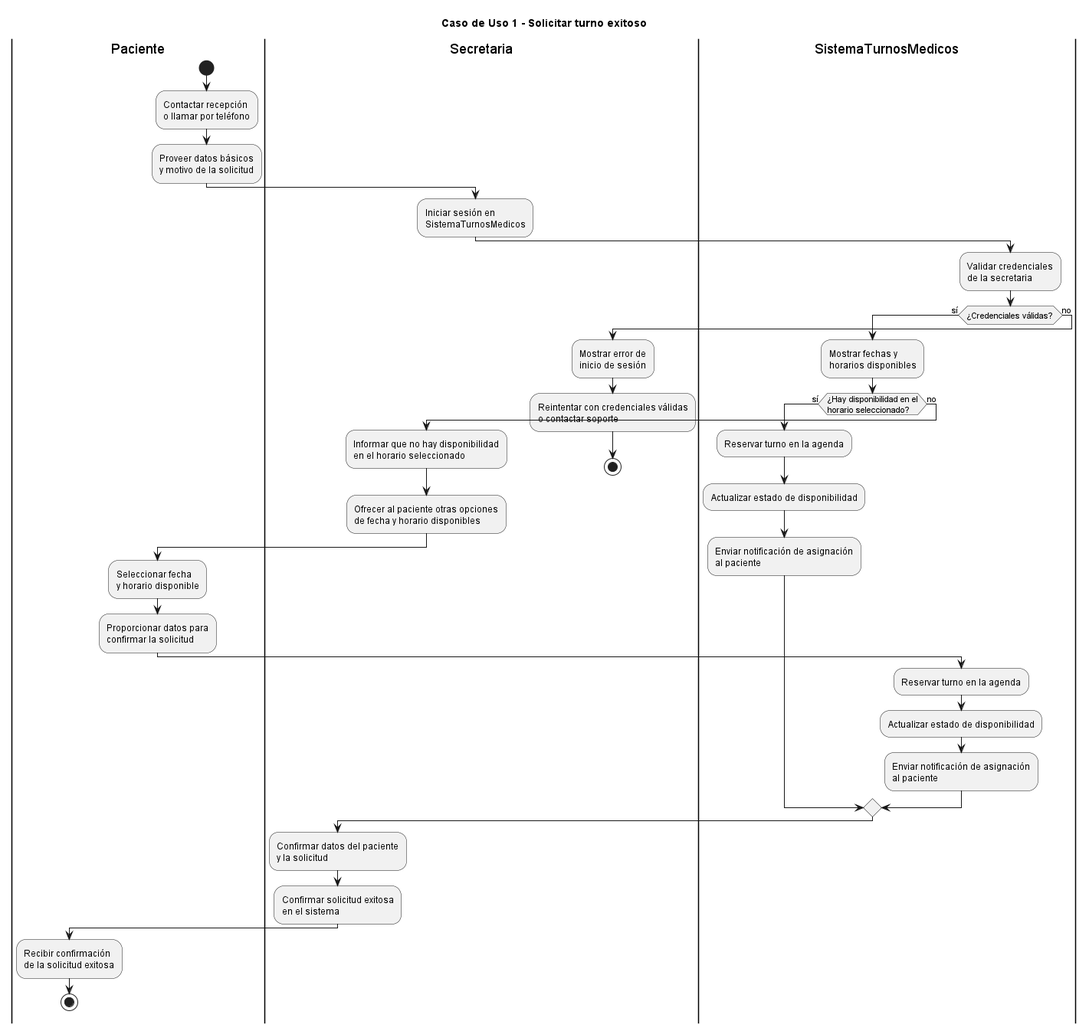
Earlier version of the PlantUML export diagramas/04-diagramas-actividades/04-actividad-solicitar-turno-01.png (FacundoGuiraldes/SistemaTurnosMedicos).
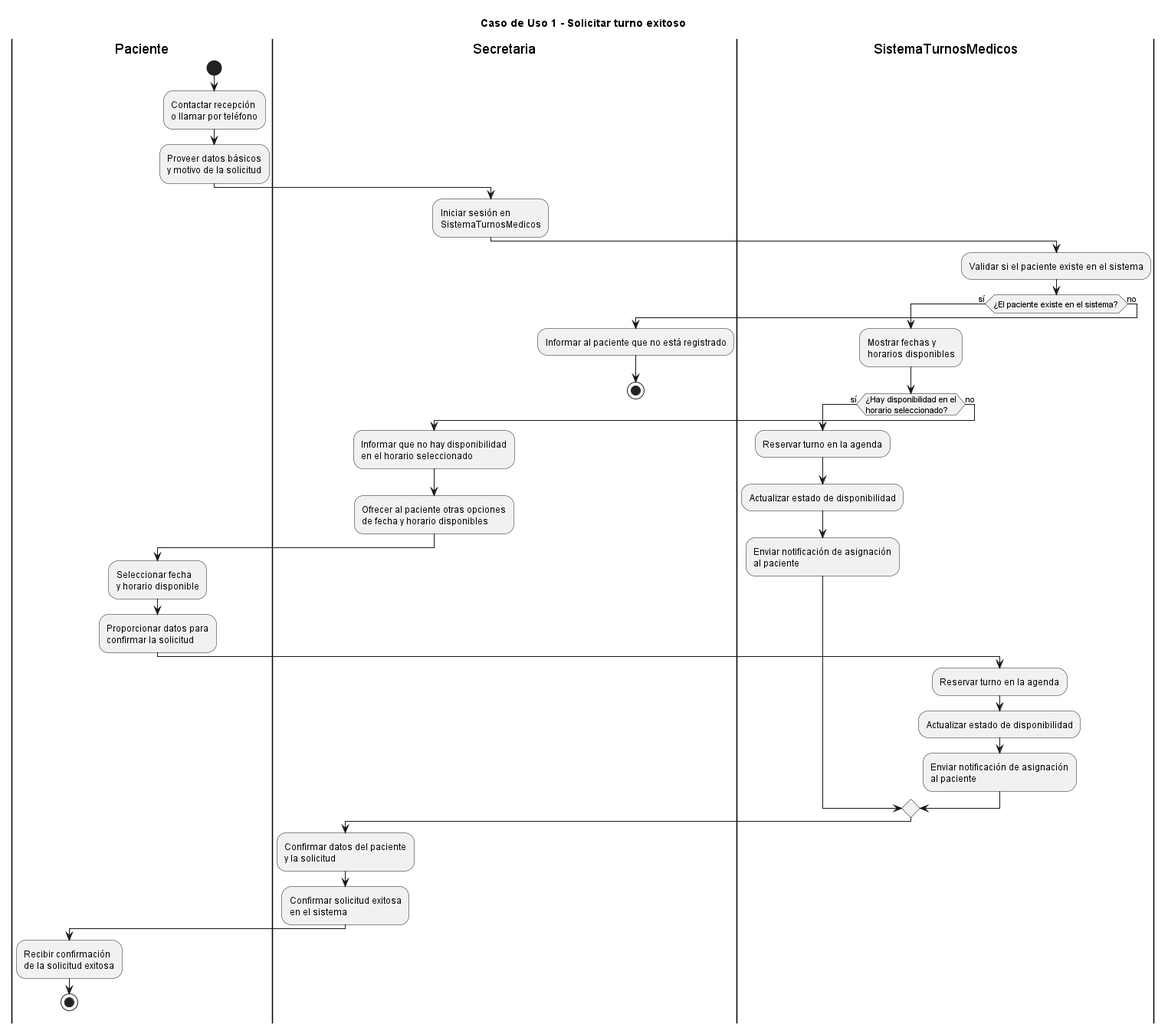
After the change.

Diff of the diagram source:
```diff
@@ -10,9 +10,9 @@
 :Iniciar sesión en\nSistemaTurnosMedicos;
 
 |SistemaTurnosMedicos|
-:Validar credenciales\nde la secretaria;
+:Validar si el paciente existe en el sistema;
 
-if (¿Credenciales válidas?) then (sí)
+if (¿El paciente existe en el sistema?) then (sí)
 
   :Mostrar fechas y\nhorarios disponibles;
 
@@ -51,8 +51,7 @@
 else (no)
 
   |Secretaria|
-  :Mostrar error de\ninicio de sesión;
-  :Reintentar con credenciales válidas\no contactar soporte;
+  :Informar al paciente que no está registrado;
 
   stop
 
```
